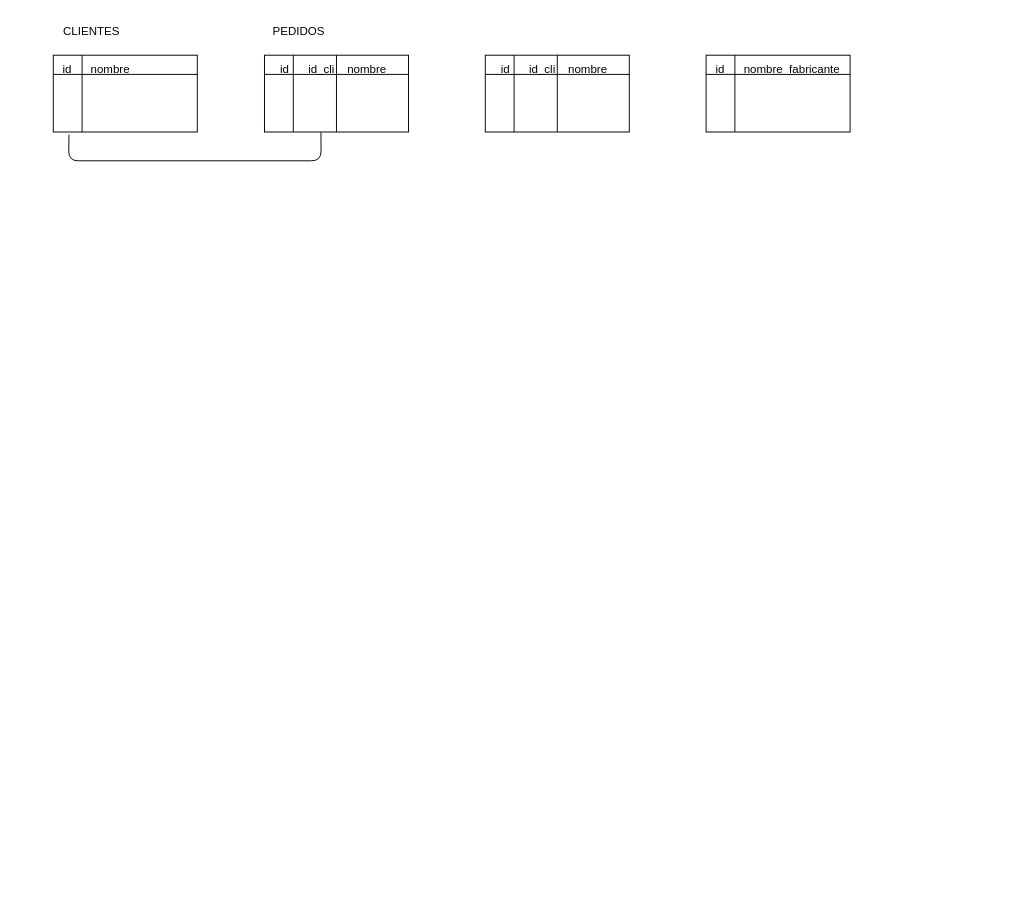
Above: page "Página-33" (33 of 34) of diagramas.drawio in lrag/java2025 (draw.io), before the change. Source tidied: cells renumbered, new cells numbered last; positions are measured from the earlier drawing's top-left corner, leaving out a move shared by most shapes. Both pictures are drawn from the tidied source at 96%, with x=0, y=0 at pixel (43, 16).
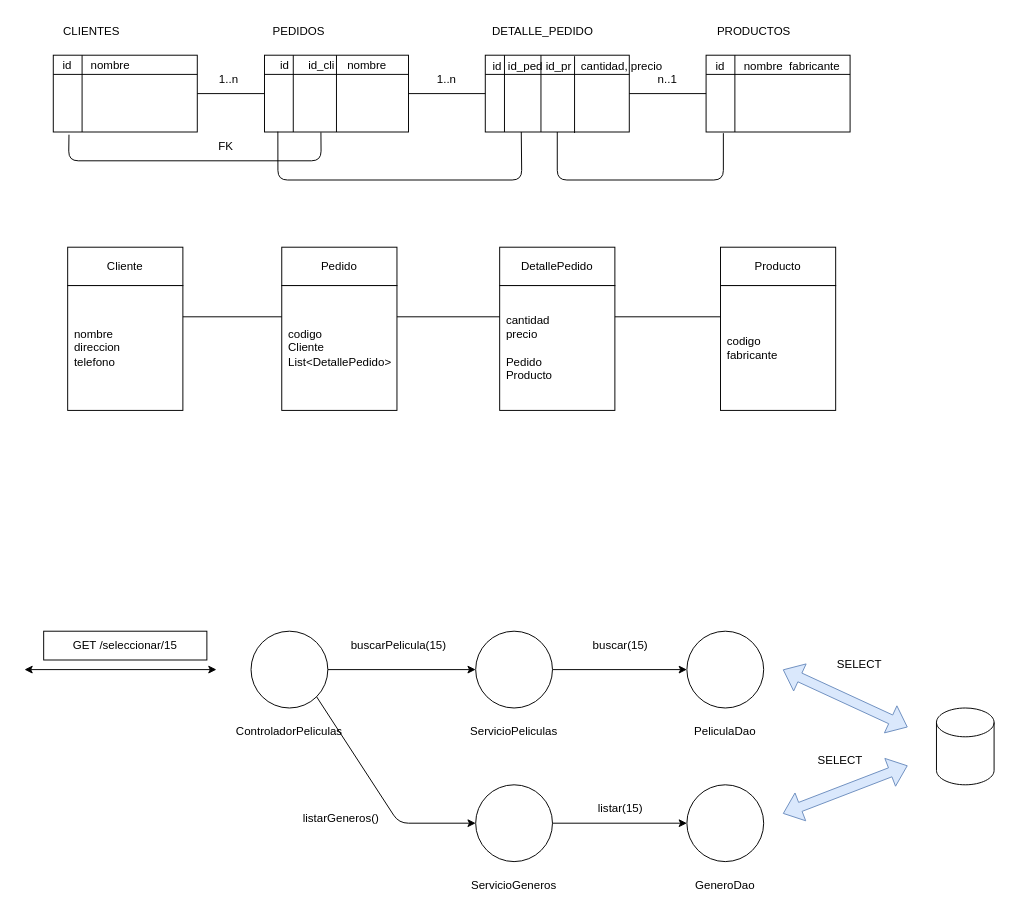
The same diagram, later.

The change refers to these unchanged cells:
```xml
<mxCell id="2" style="shape=internalStorage;whiteSpace=wrap;html=1;backgroundOutline=1;fontSize=12;dx=30;dy=20;" parent="1" vertex="1">
  <mxGeometry x="10" y="40" width="150" height="80" as="geometry" />
</mxCell>
<mxCell id="4" style="shape=internalStorage;whiteSpace=wrap;html=1;backgroundOutline=1;fontSize=12;dx=30;dy=20;" parent="1" vertex="1">
  <mxGeometry x="230" y="40" width="150" height="80" as="geometry" />
</mxCell>
<mxCell id="7" style="shape=internalStorage;whiteSpace=wrap;html=1;backgroundOutline=1;fontSize=12;dx=30;dy=20;" parent="1" vertex="1">
  <mxGeometry x="690" y="40" width="150" height="80" as="geometry" />
</mxCell>
```

Diff of the diagram source:
```diff
@@
     <mxCell id="3" value="id&amp;nbsp; &amp;nbsp; &amp;nbsp; nombre" style="text;html=1;strokeColor=none;fillColor=none;align=center;verticalAlign=middle;whiteSpace=wrap;rounded=0;fontSize=12;" parent="1" vertex="1">
-      <mxGeometry y="40" width="110" height="30" as="geometry" />
+      <mxGeometry y="36" width="110" height="30" as="geometry" />
     </mxCell>
@@
     <mxCell id="5" value="id&amp;nbsp; &amp;nbsp; &amp;nbsp; id_cli&amp;nbsp; &amp;nbsp; nombre" style="text;html=1;strokeColor=none;fillColor=none;align=center;verticalAlign=middle;whiteSpace=wrap;rounded=0;fontSize=12;" parent="1" vertex="1">
-      <mxGeometry x="236" y="40" width="132" height="30" as="geometry" />
+      <mxGeometry x="236" y="36" width="132" height="30" as="geometry" />
     </mxCell>
@@
     <mxCell id="8" value="id&amp;nbsp; &amp;nbsp; &amp;nbsp; nombre&amp;nbsp; fabricante" style="text;html=1;strokeColor=none;fillColor=none;align=center;verticalAlign=middle;whiteSpace=wrap;rounded=0;fontSize=12;" parent="1" vertex="1">
-      <mxGeometry x="695" y="40" width="140" height="30" as="geometry" />
+      <mxGeometry x="695" y="37" width="140" height="30" as="geometry" />
     </mxCell>
-    <mxCell id="9" style="shape=internalStorage;whiteSpace=wrap;html=1;backgroundOutline=1;fontSize=12;dx=30;dy=20;" parent="1" vertex="1">
+    <mxCell id="9" style="shape=internalStorage;whiteSpace=wrap;html=1;backgroundOutline=1;fontSize=12;dx=20;dy=20;" parent="1" vertex="1">
       <mxGeometry x="460" y="40" width="150" height="80" as="geometry" />
     </mxCell>
-    <mxCell id="10" value="id&amp;nbsp; &amp;nbsp; &amp;nbsp; id_cli&amp;nbsp; &amp;nbsp; nombre" style="text;html=1;strokeColor=none;fillColor=none;align=center;verticalAlign=middle;whiteSpace=wrap;rounded=0;fontSize=12;" parent="1" vertex="1">
-      <mxGeometry x="466" y="40" width="132" height="30" as="geometry" />
+    <mxCell id="10" value="id&amp;nbsp; id_ped id_pr&amp;nbsp; &amp;nbsp;cantidad, precio" style="text;html=1;strokeColor=none;fillColor=none;align=left;verticalAlign=middle;whiteSpace=wrap;rounded=0;fontSize=12;" parent="1" vertex="1">
+      <mxGeometry x="466" y="37" width="184" height="30" as="geometry" />
     </mxCell>
-    <mxCell id="11" style="endArrow=none;html=1;rounded=1;fontSize=12;entryX=0.5;entryY=0;entryDx=0;entryDy=0;exitX=0.5;exitY=1;exitDx=0;exitDy=0;" parent="1" edge="1" source="9" target="9">
-      <mxGeometry relative="1" as="geometry" />
+    <mxCell id="11" style="endArrow=none;html=1;rounded=1;fontSize=12;entryX=0.5;entryY=0;entryDx=0;entryDy=0;exitX=0.5;exitY=1;exitDx=0;exitDy=0;" parent="1" edge="1">
+      <mxGeometry relative="1" as="geometry">
+        <mxPoint x="518" y="120" as="sourcePoint" />
+        <mxPoint x="518" y="40" as="targetPoint" />
+      </mxGeometry>
     </mxCell>
@@
+    <mxCell id="15" value="PRODUCTOS" style="text;html=1;strokeColor=none;fillColor=none;align=center;verticalAlign=middle;whiteSpace=wrap;rounded=0;fontSize=12;" parent="1" vertex="1">
+      <mxGeometry x="710" width="60" height="30" as="geometry" />
+    </mxCell>
+    <mxCell id="16" value="DETALLE_PEDIDO" style="text;html=1;strokeColor=none;fillColor=none;align=center;verticalAlign=middle;whiteSpace=wrap;rounded=0;fontSize=12;" parent="1" vertex="1">
+      <mxGeometry x="490" width="60" height="30" as="geometry" />
+    </mxCell>
+    <mxCell id="17" value="FK" style="text;html=1;strokeColor=none;fillColor=none;align=center;verticalAlign=middle;whiteSpace=wrap;rounded=0;fontSize=12;" parent="1" vertex="1">
+      <mxGeometry x="160" y="120" width="60" height="30" as="geometry" />
+    </mxCell>
+    <mxCell id="18" style="endArrow=none;html=1;rounded=1;fontSize=12;entryX=0.5;entryY=0;entryDx=0;entryDy=0;exitX=0.5;exitY=1;exitDx=0;exitDy=0;" parent="1" edge="1">
+      <mxGeometry relative="1" as="geometry">
+        <mxPoint x="553" y="121" as="sourcePoint" />
+        <mxPoint x="553" y="41" as="targetPoint" />
+      </mxGeometry>
+    </mxCell>
+    <mxCell id="19" style="endArrow=none;html=1;rounded=1;fontSize=12;exitX=0.093;exitY=0.995;exitDx=0;exitDy=0;exitPerimeter=0;entryX=0.25;entryY=1;entryDx=0;entryDy=0;" parent="1" edge="1" source="4" target="9">
+      <mxGeometry relative="1" as="geometry">
+        <Array as="points">
+          <mxPoint x="244" y="170" />
+          <mxPoint x="498" y="170" />
+        </Array>
+      </mxGeometry>
+    </mxCell>
+    <mxCell id="20" style="endArrow=none;html=1;rounded=1;fontSize=12;exitX=0.5;exitY=1;exitDx=0;exitDy=0;entryX=0.12;entryY=1.015;entryDx=0;entryDy=0;entryPerimeter=0;" parent="1" edge="1" source="9" target="7">
+      <mxGeometry relative="1" as="geometry">
+        <Array as="points">
+          <mxPoint x="535" y="170" />
+          <mxPoint x="708" y="170" />
+        </Array>
+      </mxGeometry>
+    </mxCell>
+    <mxCell id="21" style="endArrow=none;html=1;rounded=1;fontSize=12;exitX=1;exitY=0.5;exitDx=0;exitDy=0;entryX=0;entryY=0.5;entryDx=0;entryDy=0;" parent="1" edge="1" source="2" target="4">
+      <mxGeometry relative="1" as="geometry" />
+    </mxCell>
+    <mxCell id="22" value="1..n" style="text;html=1;strokeColor=none;fillColor=none;align=center;verticalAlign=middle;whiteSpace=wrap;rounded=0;fontSize=12;" parent="1" vertex="1">
+      <mxGeometry x="163" y="50" width="60" height="30" as="geometry" />
+    </mxCell>
+    <mxCell id="23" value="1..n" style="text;html=1;strokeColor=none;fillColor=none;align=center;verticalAlign=middle;whiteSpace=wrap;rounded=0;fontSize=12;" parent="1" vertex="1">
+      <mxGeometry x="390" y="50" width="60" height="30" as="geometry" />
+    </mxCell>
+    <mxCell id="24" value="n..1" style="text;html=1;strokeColor=none;fillColor=none;align=center;verticalAlign=middle;whiteSpace=wrap;rounded=0;fontSize=12;" parent="1" vertex="1">
+      <mxGeometry x="620" y="50" width="60" height="30" as="geometry" />
+    </mxCell>
+    <mxCell id="25" style="endArrow=none;html=1;rounded=1;fontSize=12;exitX=1;exitY=0.5;exitDx=0;exitDy=0;" parent="1" edge="1" source="4" target="9">
+      <mxGeometry relative="1" as="geometry" />
+    </mxCell>
+    <mxCell id="26" style="endArrow=none;html=1;rounded=1;fontSize=12;exitX=1;exitY=0.5;exitDx=0;exitDy=0;" parent="1" edge="1" source="9" target="7">
+      <mxGeometry relative="1" as="geometry" />
+    </mxCell>
+    <mxCell id="27" value="Cliente" style="rounded=0;whiteSpace=wrap;html=1;fontSize=12;" parent="1" vertex="1">
+      <mxGeometry x="25" y="240" width="120" height="40" as="geometry" />
+    </mxCell>
+    <mxCell id="28" style="rounded=0;whiteSpace=wrap;html=1;fontSize=12;" parent="1" vertex="1">
+      <mxGeometry x="25" y="280" width="120" height="130" as="geometry" />
+    </mxCell>
+    <mxCell id="29" value="nombre&lt;br&gt;direccion&lt;br&gt;telefono" style="text;html=1;strokeColor=none;fillColor=none;align=left;verticalAlign=middle;whiteSpace=wrap;rounded=0;fontSize=12;" parent="1" vertex="1">
+      <mxGeometry x="30" y="290" width="110" height="110" as="geometry" />
+    </mxCell>
+    <mxCell id="30" value="Pedido" style="rounded=0;whiteSpace=wrap;html=1;fontSize=12;" parent="1" vertex="1">
+      <mxGeometry x="248" y="240" width="120" height="40" as="geometry" />
+    </mxCell>
+    <mxCell id="31" style="rounded=0;whiteSpace=wrap;html=1;fontSize=12;" parent="1" vertex="1">
+      <mxGeometry x="248" y="280" width="120" height="130" as="geometry" />
+    </mxCell>
+    <mxCell id="32" value="codigo&lt;br&gt;Cliente&lt;br&gt;List&amp;lt;DetallePedido&amp;gt;" style="text;html=1;strokeColor=none;fillColor=none;align=left;verticalAlign=middle;whiteSpace=wrap;rounded=0;fontSize=12;" parent="1" vertex="1">
+      <mxGeometry x="253" y="290" width="110" height="110" as="geometry" />
+    </mxCell>
+    <mxCell id="33" value="DetallePedido" style="rounded=0;whiteSpace=wrap;html=1;fontSize=12;" parent="1" vertex="1">
+      <mxGeometry x="475" y="240" width="120" height="40" as="geometry" />
+    </mxCell>
+    <mxCell id="34" style="rounded=0;whiteSpace=wrap;html=1;fontSize=12;" parent="1" vertex="1">
+      <mxGeometry x="475" y="280" width="120" height="130" as="geometry" />
+    </mxCell>
+    <mxCell id="35" value="cantidad&lt;br&gt;precio&lt;br&gt;&lt;br&gt;Pedido&lt;br&gt;Producto" style="text;html=1;strokeColor=none;fillColor=none;align=left;verticalAlign=middle;whiteSpace=wrap;rounded=0;fontSize=12;" parent="1" vertex="1">
+      <mxGeometry x="480" y="290" width="110" height="110" as="geometry" />
+    </mxCell>
+    <mxCell id="36" value="Producto" style="rounded=0;whiteSpace=wrap;html=1;fontSize=12;" parent="1" vertex="1">
+      <mxGeometry x="705" y="240" width="120" height="40" as="geometry" />
+    </mxCell>
+    <mxCell id="37" style="rounded=0;whiteSpace=wrap;html=1;fontSize=12;" parent="1" vertex="1">
+      <mxGeometry x="705" y="280" width="120" height="130" as="geometry" />
+    </mxCell>
+    <mxCell id="38" value="codigo&lt;br&gt;fabricante&lt;br&gt;" style="text;html=1;strokeColor=none;fillColor=none;align=left;verticalAlign=middle;whiteSpace=wrap;rounded=0;fontSize=12;" parent="1" vertex="1">
+      <mxGeometry x="710" y="290" width="110" height="110" as="geometry" />
+    </mxCell>
+    <mxCell id="39" style="endArrow=none;html=1;rounded=1;fontSize=12;entryX=0;entryY=0.25;entryDx=0;entryDy=0;exitX=1;exitY=0.25;exitDx=0;exitDy=0;" parent="1" edge="1" source="28" target="31">
+      <mxGeometry relative="1" as="geometry" />
+    </mxCell>
+    <mxCell id="40" style="endArrow=none;html=1;rounded=1;fontSize=12;exitX=1;exitY=0.25;exitDx=0;exitDy=0;entryX=0;entryY=0.25;entryDx=0;entryDy=0;" parent="1" edge="1" source="31" target="34">
+      <mxGeometry relative="1" as="geometry" />
+    </mxCell>
+    <mxCell id="41" style="endArrow=none;html=1;rounded=1;fontSize=12;exitX=1;exitY=0.25;exitDx=0;exitDy=0;entryX=0;entryY=0.25;entryDx=0;entryDy=0;" parent="1" edge="1" source="34" target="37">
+      <mxGeometry relative="1" as="geometry" />
+    </mxCell>
+    <mxCell id="42" style="edgeStyle=orthogonalEdgeStyle;rounded=1;jettySize=auto;html=1;entryX=0;entryY=0.5;entryDx=0;entryDy=0;fontSize=12;" parent="1" edge="1" source="43" target="46">
+      <mxGeometry relative="1" as="geometry" />
+    </mxCell>
+    <mxCell id="43" style="ellipse;whiteSpace=wrap;html=1;fontSize=12;" parent="1" vertex="1">
+      <mxGeometry x="216" y="640" width="80" height="80" as="geometry" />
+    </mxCell>
+    <mxCell id="44" value="ControladorPeliculas" style="text;html=1;strokeColor=none;fillColor=none;align=center;verticalAlign=middle;whiteSpace=wrap;rounded=0;fontSize=12;" parent="1" vertex="1">
+      <mxGeometry x="226" y="730" width="60" height="30" as="geometry" />
+    </mxCell>
+    <mxCell id="45" style="edgeStyle=orthogonalEdgeStyle;rounded=1;jettySize=auto;html=1;entryX=0;entryY=0.5;entryDx=0;entryDy=0;fontSize=12;" parent="1" edge="1" source="46" target="51">
+      <mxGeometry relative="1" as="geometry" />
+    </mxCell>
+    <mxCell id="46" style="ellipse;whiteSpace=wrap;html=1;fontSize=12;" parent="1" vertex="1">
+      <mxGeometry x="450" y="640" width="80" height="80" as="geometry" />
+    </mxCell>
+    <mxCell id="47" value="ServicioPeliculas" style="text;html=1;strokeColor=none;fillColor=none;align=center;verticalAlign=middle;whiteSpace=wrap;rounded=0;fontSize=12;" parent="1" vertex="1">
+      <mxGeometry x="460" y="730" width="60" height="30" as="geometry" />
+    </mxCell>
+    <mxCell id="48" style="edgeStyle=orthogonalEdgeStyle;rounded=1;jettySize=auto;html=1;entryX=0;entryY=0.5;entryDx=0;entryDy=0;fontSize=12;" parent="1" edge="1" source="49" target="53">
+      <mxGeometry relative="1" as="geometry" />
+    </mxCell>
+    <mxCell id="49" style="ellipse;whiteSpace=wrap;html=1;fontSize=12;" parent="1" vertex="1">
+      <mxGeometry x="450" y="800" width="80" height="80" as="geometry" />
+    </mxCell>
+    <mxCell id="50" value="ServicioGeneros" style="text;html=1;strokeColor=none;fillColor=none;align=center;verticalAlign=middle;whiteSpace=wrap;rounded=0;fontSize=12;" parent="1" vertex="1">
+      <mxGeometry x="460" y="890" width="60" height="30" as="geometry" />
+    </mxCell>
+    <mxCell id="51" style="ellipse;whiteSpace=wrap;html=1;fontSize=12;" parent="1" vertex="1">
+      <mxGeometry x="670" y="640" width="80" height="80" as="geometry" />
+    </mxCell>
+    <mxCell id="52" value="PeliculaDao" style="text;html=1;strokeColor=none;fillColor=none;align=center;verticalAlign=middle;whiteSpace=wrap;rounded=0;fontSize=12;" parent="1" vertex="1">
+      <mxGeometry x="680" y="730" width="60" height="30" as="geometry" />
+    </mxCell>
+    <mxCell id="53" style="ellipse;whiteSpace=wrap;html=1;fontSize=12;" parent="1" vertex="1">
+      <mxGeometry x="670" y="800" width="80" height="80" as="geometry" />
+    </mxCell>
+    <mxCell id="54" value="GeneroDao" style="text;html=1;strokeColor=none;fillColor=none;align=center;verticalAlign=middle;whiteSpace=wrap;rounded=0;fontSize=12;" parent="1" vertex="1">
+      <mxGeometry x="680" y="890" width="60" height="30" as="geometry" />
+    </mxCell>
+    <mxCell id="55" style="shape=cylinder3;whiteSpace=wrap;html=1;boundedLbl=1;backgroundOutline=1;size=15;fontSize=12;" parent="1" vertex="1">
+      <mxGeometry x="930" y="720" width="60" height="80" as="geometry" />
+    </mxCell>
+    <mxCell id="56" style="endArrow=classic;html=1;rounded=1;fontSize=12;exitX=1;exitY=1;exitDx=0;exitDy=0;entryX=0;entryY=0.5;entryDx=0;entryDy=0;" parent="1" edge="1" source="43" target="49">
+      <mxGeometry relative="1" as="geometry">
+        <Array as="points">
+          <mxPoint x="370" y="840" />
+        </Array>
+      </mxGeometry>
+    </mxCell>
+    <mxCell id="57" style="endArrow=classic;startArrow=classic;html=1;rounded=1;fontSize=12;" parent="1" edge="1">
+      <mxGeometry relative="1" as="geometry">
+        <mxPoint x="-20" y="680" as="sourcePoint" />
+        <mxPoint x="180" y="680" as="targetPoint" />
+      </mxGeometry>
+    </mxCell>
+    <mxCell id="58" value="GET /seleccionar/15" style="rounded=0;whiteSpace=wrap;html=1;fontSize=12;" parent="1" vertex="1">
+      <mxGeometry y="640" width="170" height="30" as="geometry" />
+    </mxCell>
+    <mxCell id="59" value="buscarPelicula(15)" style="text;html=1;strokeColor=none;fillColor=none;align=center;verticalAlign=middle;whiteSpace=wrap;rounded=0;fontSize=12;" parent="1" vertex="1">
+      <mxGeometry x="340" y="640" width="60" height="30" as="geometry" />
+    </mxCell>
+    <mxCell id="60" value="buscar(15)" style="text;html=1;strokeColor=none;fillColor=none;align=center;verticalAlign=middle;whiteSpace=wrap;rounded=0;fontSize=12;" parent="1" vertex="1">
+      <mxGeometry x="571" y="640" width="60" height="30" as="geometry" />
+    </mxCell>
+    <mxCell id="61" style="shape=flexArrow;endArrow=classic;startArrow=classic;html=1;rounded=1;fontSize=12;fillColor=#dae8fc;strokeColor=#6c8ebf;" parent="1" edge="1">
+      <mxGeometry relative="1" as="geometry">
+        <mxPoint x="770" y="680" as="sourcePoint" />
+        <mxPoint x="900" y="740" as="targetPoint" />
+      </mxGeometry>
+    </mxCell>
+    <mxCell id="62" value="SELECT" style="text;html=1;strokeColor=none;fillColor=none;align=center;verticalAlign=middle;whiteSpace=wrap;rounded=0;fontSize=12;" parent="1" vertex="1">
+      <mxGeometry x="820" y="660" width="60" height="30" as="geometry" />
+    </mxCell>
+    <mxCell id="63" value="listarGeneros()" style="text;html=1;strokeColor=none;fillColor=none;align=center;verticalAlign=middle;whiteSpace=wrap;rounded=0;fontSize=12;" parent="1" vertex="1">
+      <mxGeometry x="280" y="820" width="60" height="30" as="geometry" />
+    </mxCell>
+    <mxCell id="64" value="listar(15)" style="text;html=1;strokeColor=none;fillColor=none;align=center;verticalAlign=middle;whiteSpace=wrap;rounded=0;fontSize=12;" parent="1" vertex="1">
+      <mxGeometry x="571" y="810" width="60" height="30" as="geometry" />
+    </mxCell>
+    <mxCell id="65" style="shape=flexArrow;endArrow=classic;startArrow=classic;html=1;rounded=1;fontSize=12;fillColor=#dae8fc;strokeColor=#6c8ebf;" parent="1" edge="1">
+      <mxGeometry relative="1" as="geometry">
+        <mxPoint x="770" y="830" as="sourcePoint" />
+        <mxPoint x="900" y="780" as="targetPoint" />
+      </mxGeometry>
+    </mxCell>
+    <mxCell id="66" value="SELECT" style="text;html=1;strokeColor=none;fillColor=none;align=center;verticalAlign=middle;whiteSpace=wrap;rounded=0;fontSize=12;" parent="1" vertex="1">
+      <mxGeometry x="800" y="760" width="60" height="30" as="geometry" />
+    </mxCell>
```
